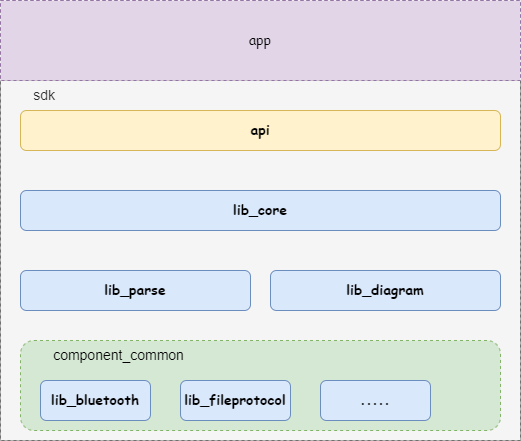
Earlier version of the draw.io export 模块架构图.png (HooieRay/Img). Source tidied: cells renumbered, new cells last; positions are measured from the earlier drawing's top-left corner, leaving out a move shared by most shapes. Its diagram source:
```xml
<mxGraphModel>
  <root>
    <mxCell id="0" />
    <mxCell id="1" parent="0" />
    <mxCell id="2" style="rounded=0;whiteSpace=wrap;html=1;strokeWidth=1;fontFamily=Comic Sans MS;fontSize=14;dashed=1;verticalAlign=top;" parent="1" vertex="1">
      <mxGeometry width="520" height="440" as="geometry" />
    </mxCell>
    <mxCell id="3" value="&lt;span style=&quot;white-space: pre;&quot;&gt;&#9;&lt;/span&gt;sdk" style="rounded=0;whiteSpace=wrap;html=1;strokeWidth=1;fontSize=14;fillColor=#f5f5f5;fontColor=#333333;strokeColor=#666666;verticalAlign=top;align=left;dashed=1;dashPattern=1 1;" parent="1" vertex="1">
      <mxGeometry y="80" width="520" height="360" as="geometry" />
    </mxCell>
    <mxCell id="4" value="&lt;span style=&quot;white-space: pre;&quot;&gt;&#9;&lt;/span&gt;component_common&lt;div style=&quot;&quot;&gt;&lt;/div&gt;" style="rounded=1;whiteSpace=wrap;html=1;dashed=1;strokeWidth=1;fontSize=14;fillColor=#d5e8d4;strokeColor=#82b366;verticalAlign=top;align=left;" parent="1" vertex="1">
      <mxGeometry x="20" y="340" width="480" height="90" as="geometry" />
    </mxCell>
    <mxCell id="5" value="lib_bluetooth" style="rounded=1;whiteSpace=wrap;html=1;strokeWidth=1;fontSize=14;fillColor=#dae8fc;strokeColor=#6c8ebf;fontStyle=1;fontFamily=Comic Sans MS;" parent="1" vertex="1">
      <mxGeometry x="40" y="380" width="110" height="40" as="geometry" />
    </mxCell>
    <mxCell id="6" value="lib_fileprotocol" style="rounded=1;whiteSpace=wrap;html=1;strokeWidth=1;fontSize=14;fillColor=#dae8fc;strokeColor=#6c8ebf;fontStyle=1;fontFamily=Comic Sans MS;" parent="1" vertex="1">
      <mxGeometry x="180" y="380" width="110" height="40" as="geometry" />
    </mxCell>
    <mxCell id="7" value="....." style="rounded=1;whiteSpace=wrap;html=1;strokeWidth=1;fontSize=14;fillColor=#dae8fc;strokeColor=#6c8ebf;fontStyle=1;fontFamily=Comic Sans MS;" parent="1" vertex="1">
      <mxGeometry x="320" y="380" width="110" height="40" as="geometry" />
    </mxCell>
    <mxCell id="8" value="lib_parse" style="rounded=1;whiteSpace=wrap;html=1;strokeWidth=1;fontSize=14;fillColor=#dae8fc;strokeColor=#6c8ebf;fontStyle=1;fontFamily=Comic Sans MS;" parent="1" vertex="1">
      <mxGeometry x="20" y="270" width="230" height="40" as="geometry" />
    </mxCell>
    <mxCell id="9" value="lib_diagram" style="rounded=1;whiteSpace=wrap;html=1;strokeWidth=1;fontSize=14;fillColor=#dae8fc;strokeColor=#6c8ebf;fontStyle=1;fontFamily=Comic Sans MS;" parent="1" vertex="1">
      <mxGeometry x="270" y="270" width="230" height="40" as="geometry" />
    </mxCell>
    <mxCell id="10" value="lib_core" style="rounded=1;whiteSpace=wrap;html=1;strokeWidth=1;fontSize=14;fillColor=#dae8fc;strokeColor=#6c8ebf;fontStyle=1;fontFamily=Comic Sans MS;" parent="1" vertex="1">
      <mxGeometry x="20" y="190" width="480" height="40" as="geometry" />
    </mxCell>
    <mxCell id="11" value="api" style="rounded=1;whiteSpace=wrap;html=1;strokeWidth=1;fontSize=14;fillColor=#fff2cc;strokeColor=#d6b656;fontStyle=1;fontFamily=Comic Sans MS;" parent="1" vertex="1">
      <mxGeometry x="20" y="110" width="480" height="40" as="geometry" />
    </mxCell>
    <mxCell id="12" value="app" style="rounded=0;whiteSpace=wrap;html=1;strokeWidth=1;fontFamily=Comic Sans MS;fontSize=14;dashed=1;fillColor=#e1d5e7;strokeColor=#9673a6;" parent="1" vertex="1">
      <mxGeometry width="520" height="80" as="geometry" />
    </mxCell>
  </root>
</mxGraphModel>
```
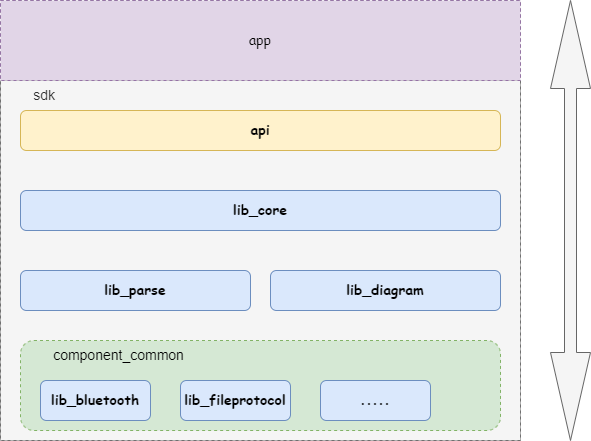
After the change.

Commit message:
模块架构图.png

Diff of the diagram source:
```diff
@@ -35,5 +35,8 @@
     <mxCell id="12" value="app" style="rounded=0;whiteSpace=wrap;html=1;strokeWidth=1;fontFamily=Comic Sans MS;fontSize=14;dashed=1;fillColor=#e1d5e7;strokeColor=#9673a6;" parent="1" vertex="1">
       <mxGeometry width="520" height="80" as="geometry" />
     </mxCell>
+    <mxCell id="13" style="shape=doubleArrow;direction=south;whiteSpace=wrap;html=1;strokeWidth=1;fontFamily=Comic Sans MS;fontSize=14;fillColor=#f5f5f5;fontColor=#333333;strokeColor=#666666;" parent="1" vertex="1">
+      <mxGeometry x="550" width="40" height="440" as="geometry" />
+    </mxCell>
   </root>
 </mxGraphModel>
```
